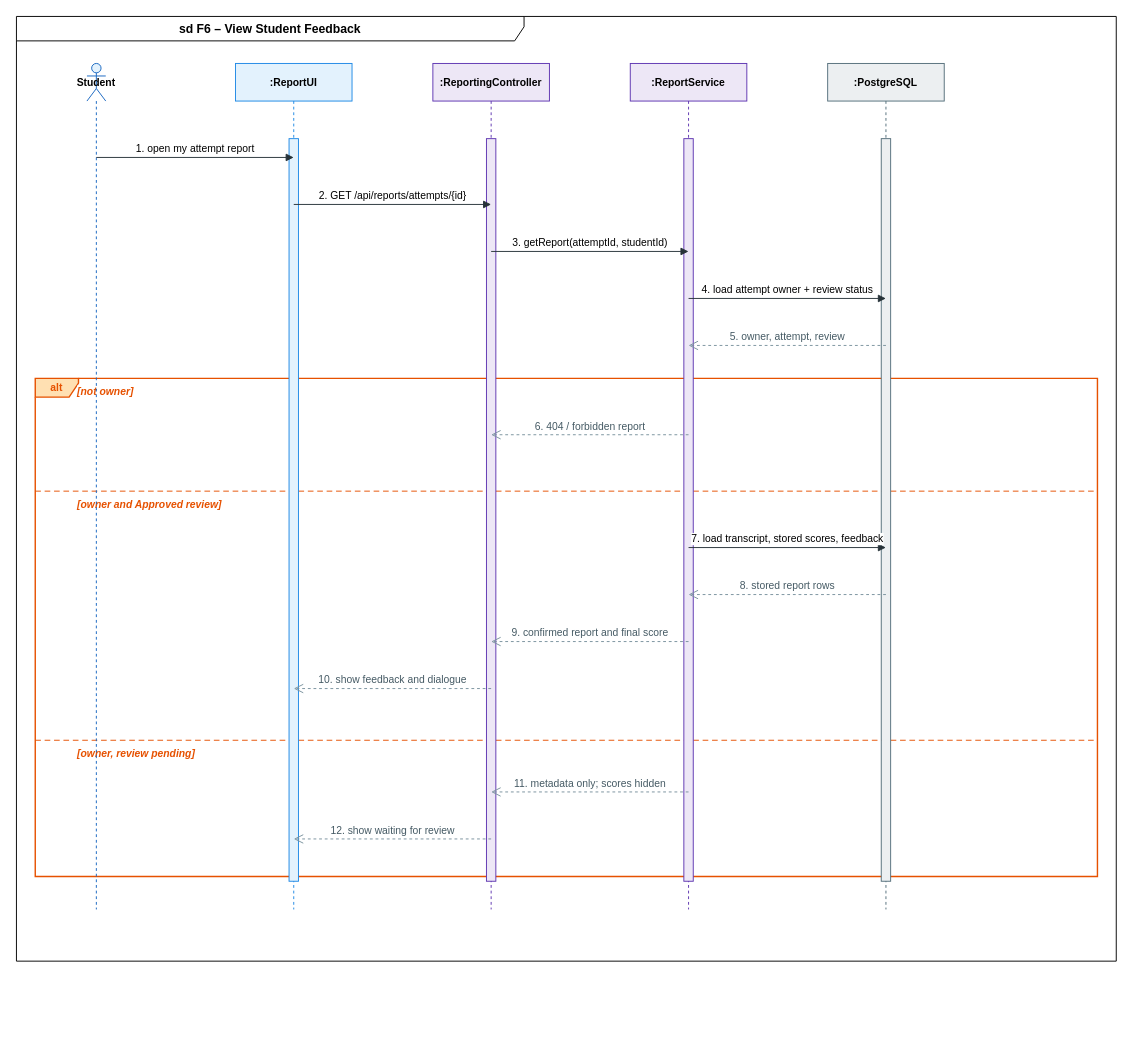
Above: docs/SequenceDiagram-F6-Feedback-Reporting.drawio in SWD392-LAB/ai-oral-exam-api (draw.io), before the change. Source tidied: cells renumbered, new cells numbered last; positions are measured from the earlier drawing's top-left corner, leaving out a move shared by most shapes. Both pictures are drawn from the tidied source at 94%, with x=0, y=0 at pixel (16, 16).
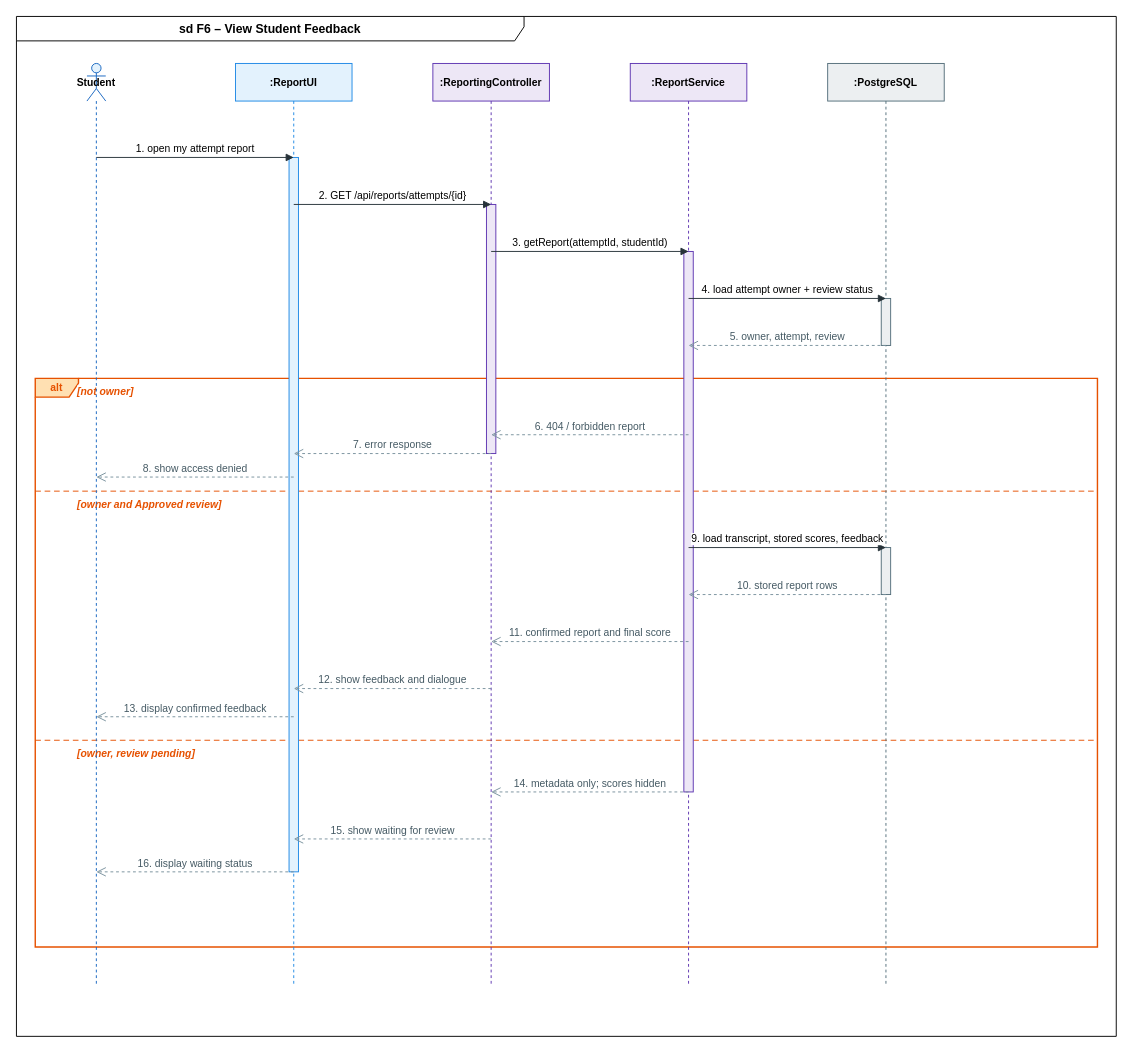
The same page after the edit.

Commit message (it also covers changes not shown here):
docs: refine F1/F3 plans and sequence diagrams from review

The edit, as a diff of the source:
```diff
@@
     <mxCell id="2" value="sd F6 – View Student Feedback" style="shape=umlFrame;whiteSpace=wrap;html=1;width=540;height=26;fontStyle=1;fillColor=none;strokeColor=#000000;fontSize=13;" parent="1" vertex="1">
-      <mxGeometry width="1170" height="1005" as="geometry" />
+      <mxGeometry width="1170" height="1085" as="geometry" />
     </mxCell>
     <mxCell id="3" value="alt" style="shape=umlFrame;whiteSpace=wrap;html=1;width=46;height=20;fontStyle=1;fillColor=#FFE0B2;swimlaneFillColor=none;strokeColor=#E65100;fontColor=#E65100;strokeWidth=1.5;fontSize=11;fontFamily=Helvetica;" parent="1" vertex="1">
-      <mxGeometry x="20" y="385" width="1130" height="530" as="geometry" />
+      <mxGeometry x="20" y="385" width="1130" height="605" as="geometry" />
     </mxCell>
@@
     <mxCell id="9" value="Student" style="shape=umlLifeline;participant=umlActor;perimeter=lifelinePerimeter;whiteSpace=wrap;html=1;size=40;fillColor=#E3F2FD;strokeColor=#1565C0;fontStyle=1;fontSize=11;fontFamily=Helvetica;" parent="1" vertex="1">
-      <mxGeometry x="75" y="50" width="20" height="900" as="geometry" />
+      <mxGeometry x="75" y="50" width="20" height="980" as="geometry" />
     </mxCell>
     <mxCell id="10" value=":ReportUI" style="shape=umlLifeline;perimeter=lifelinePerimeter;whiteSpace=wrap;html=1;size=40;fillColor=#E3F2FD;strokeColor=#1E88E5;fontStyle=1;fontSize=11;fontFamily=Helvetica;" parent="1" vertex="1">
-      <mxGeometry x="233" y="50" width="124" height="900" as="geometry" />
+      <mxGeometry x="233" y="50" width="124" height="980" as="geometry" />
     </mxCell>
-    <mxCell id="11" style="html=1;fillColor=#E3F2FD;strokeColor=#1E88E5;" parent="1" vertex="1">
-      <mxGeometry x="290" y="130" width="10" height="790" as="geometry" />
-    </mxCell>
     <mxCell id="12" value=":ReportingController" style="shape=umlLifeline;perimeter=lifelinePerimeter;whiteSpace=wrap;html=1;size=40;fillColor=#EDE7F6;strokeColor=#5E35B1;fontStyle=1;fontSize=11;fontFamily=Helvetica;" parent="1" vertex="1">
-      <mxGeometry x="443" y="50" width="124" height="900" as="geometry" />
+      <mxGeometry x="443" y="50" width="124" height="980" as="geometry" />
     </mxCell>
-    <mxCell id="13" style="html=1;fillColor=#EDE7F6;strokeColor=#5E35B1;" parent="1" vertex="1">
-      <mxGeometry x="500" y="130" width="10" height="790" as="geometry" />
-    </mxCell>
     <mxCell id="14" value=":ReportService" style="shape=umlLifeline;perimeter=lifelinePerimeter;whiteSpace=wrap;html=1;size=40;fillColor=#EDE7F6;strokeColor=#5E35B1;fontStyle=1;fontSize=11;fontFamily=Helvetica;" parent="1" vertex="1">
-      <mxGeometry x="653" y="50" width="124" height="900" as="geometry" />
+      <mxGeometry x="653" y="50" width="124" height="980" as="geometry" />
     </mxCell>
-    <mxCell id="15" style="html=1;fillColor=#EDE7F6;strokeColor=#5E35B1;" parent="1" vertex="1">
-      <mxGeometry x="710" y="130" width="10" height="790" as="geometry" />
-    </mxCell>
     <mxCell id="16" value=":PostgreSQL" style="shape=umlLifeline;perimeter=lifelinePerimeter;whiteSpace=wrap;html=1;size=40;fillColor=#ECEFF1;strokeColor=#546E7A;fontStyle=1;fontSize=11;fontFamily=Helvetica;" parent="1" vertex="1">
-      <mxGeometry x="863" y="50" width="124" height="900" as="geometry" />
+      <mxGeometry x="863" y="50" width="124" height="980" as="geometry" />
     </mxCell>
-    <mxCell id="17" style="html=1;fillColor=#ECEFF1;strokeColor=#546E7A;" parent="1" vertex="1">
-      <mxGeometry x="920" y="130" width="10" height="790" as="geometry" />
-    </mxCell>
+    <mxCell id="30" style="html=1;fillColor=#E3F2FD;strokeColor=#1E88E5;" parent="1" vertex="1">
+      <mxGeometry x="290" y="150" width="10" height="760" as="geometry" />
+    </mxCell>
+    <mxCell id="31" style="html=1;fillColor=#EDE7F6;strokeColor=#5E35B1;" parent="1" vertex="1">
+      <mxGeometry x="500" y="200" width="10" height="265" as="geometry" />
+    </mxCell>
+    <mxCell id="32" style="html=1;fillColor=#EDE7F6;strokeColor=#5E35B1;" parent="1" vertex="1">
+      <mxGeometry x="710" y="250" width="10" height="575" as="geometry" />
+    </mxCell>
+    <mxCell id="33" style="html=1;fillColor=#ECEFF1;strokeColor=#546E7A;" parent="1" vertex="1">
+      <mxGeometry x="920" y="300" width="10" height="50" as="geometry" />
+    </mxCell>
+    <mxCell id="34" style="html=1;fillColor=#ECEFF1;strokeColor=#546E7A;" parent="1" vertex="1">
+      <mxGeometry x="920" y="565" width="10" height="50" as="geometry" />
+    </mxCell>
@@
-    <mxCell id="24" value="7. load transcript, stored scores, feedback" style="html=1;verticalAlign=bottom;labelBackgroundColor=#FFFFFF;endArrow=block;endFill=1;strokeColor=#263238;fontSize=11;fontFamily=Helvetica;" parent="1" edge="1">
+    <mxCell id="24" value="9. load transcript, stored scores, feedback" style="html=1;verticalAlign=bottom;labelBackgroundColor=#FFFFFF;endArrow=block;endFill=1;strokeColor=#263238;fontSize=11;fontFamily=Helvetica;" parent="1" edge="1">
       <mxGeometry relative="1" as="geometry">
         <mxPoint x="715" y="565" as="sourcePoint" />
         <mxPoint x="925" y="565" as="targetPoint" />
       </mxGeometry>
     </mxCell>
-    <mxCell id="25" value="8. stored report rows" style="html=1;verticalAlign=bottom;labelBackgroundColor=#FFFFFF;endArrow=open;endSize=8;dashed=1;strokeColor=#78909C;fontColor=#455A64;fontSize=11;fontFamily=Helvetica;" parent="1" edge="1">
+    <mxCell id="25" value="10. stored report rows" style="html=1;verticalAlign=bottom;labelBackgroundColor=#FFFFFF;endArrow=open;endSize=8;dashed=1;strokeColor=#78909C;fontColor=#455A64;fontSize=11;fontFamily=Helvetica;" parent="1" edge="1">
       <mxGeometry relative="1" as="geometry">
         <mxPoint x="925" y="615" as="sourcePoint" />
         <mxPoint x="715" y="615" as="targetPoint" />
       </mxGeometry>
     </mxCell>
-    <mxCell id="26" value="9. confirmed report and final score" style="html=1;verticalAlign=bottom;labelBackgroundColor=#FFFFFF;endArrow=open;endSize=8;dashed=1;strokeColor=#78909C;fontColor=#455A64;fontSize=11;fontFamily=Helvetica;" parent="1" edge="1">
+    <mxCell id="26" value="11. confirmed report and final score" style="html=1;verticalAlign=bottom;labelBackgroundColor=#FFFFFF;endArrow=open;endSize=8;dashed=1;strokeColor=#78909C;fontColor=#455A64;fontSize=11;fontFamily=Helvetica;" parent="1" edge="1">
       <mxGeometry relative="1" as="geometry">
         <mxPoint x="715" y="665" as="sourcePoint" />
         <mxPoint x="505" y="665" as="targetPoint" />
       </mxGeometry>
     </mxCell>
-    <mxCell id="27" value="10. show feedback and dialogue" style="html=1;verticalAlign=bottom;labelBackgroundColor=#FFFFFF;endArrow=open;endSize=8;dashed=1;strokeColor=#78909C;fontColor=#455A64;fontSize=11;fontFamily=Helvetica;" parent="1" edge="1">
+    <mxCell id="27" value="12. show feedback and dialogue" style="html=1;verticalAlign=bottom;labelBackgroundColor=#FFFFFF;endArrow=open;endSize=8;dashed=1;strokeColor=#78909C;fontColor=#455A64;fontSize=11;fontFamily=Helvetica;" parent="1" edge="1">
       <mxGeometry relative="1" as="geometry">
         <mxPoint x="505" y="715" as="sourcePoint" />
         <mxPoint x="295" y="715" as="targetPoint" />
       </mxGeometry>
     </mxCell>
-    <mxCell id="28" value="11. metadata only; scores hidden" style="html=1;verticalAlign=bottom;labelBackgroundColor=#FFFFFF;endArrow=open;endSize=8;dashed=1;strokeColor=#78909C;fontColor=#455A64;fontSize=11;fontFamily=Helvetica;" parent="1" edge="1">
+    <mxCell id="28" value="14. metadata only; scores hidden" style="html=1;verticalAlign=bottom;labelBackgroundColor=#FFFFFF;endArrow=open;endSize=8;dashed=1;strokeColor=#78909C;fontColor=#455A64;fontSize=11;fontFamily=Helvetica;" parent="1" edge="1">
       <mxGeometry relative="1" as="geometry">
         <mxPoint x="715" y="825" as="sourcePoint" />
         <mxPoint x="505" y="825" as="targetPoint" />
       </mxGeometry>
     </mxCell>
-    <mxCell id="29" value="12. show waiting for review" style="html=1;verticalAlign=bottom;labelBackgroundColor=#FFFFFF;endArrow=open;endSize=8;dashed=1;strokeColor=#78909C;fontColor=#455A64;fontSize=11;fontFamily=Helvetica;" parent="1" edge="1">
+    <mxCell id="29" value="15. show waiting for review" style="html=1;verticalAlign=bottom;labelBackgroundColor=#FFFFFF;endArrow=open;endSize=8;dashed=1;strokeColor=#78909C;fontColor=#455A64;fontSize=11;fontFamily=Helvetica;" parent="1" edge="1">
       <mxGeometry relative="1" as="geometry">
         <mxPoint x="505" y="875" as="sourcePoint" />
         <mxPoint x="295" y="875" as="targetPoint" />
       </mxGeometry>
     </mxCell>
+    <mxCell id="35" value="7. error response" style="html=1;verticalAlign=bottom;labelBackgroundColor=#FFFFFF;endArrow=open;endSize=8;dashed=1;strokeColor=#78909C;fontColor=#455A64;fontSize=11;fontFamily=Helvetica;" parent="1" edge="1">
+      <mxGeometry relative="1" as="geometry">
+        <mxPoint x="505" y="465" as="sourcePoint" />
+        <mxPoint x="295" y="465" as="targetPoint" />
+      </mxGeometry>
+    </mxCell>
+    <mxCell id="36" value="8. show access denied" style="html=1;verticalAlign=bottom;labelBackgroundColor=#FFFFFF;endArrow=open;endSize=8;dashed=1;strokeColor=#78909C;fontColor=#455A64;fontSize=11;fontFamily=Helvetica;" parent="1" edge="1">
+      <mxGeometry relative="1" as="geometry">
+        <mxPoint x="295" y="490" as="sourcePoint" />
+        <mxPoint x="85" y="490" as="targetPoint" />
+      </mxGeometry>
+    </mxCell>
+    <mxCell id="37" value="13. display confirmed feedback" style="html=1;verticalAlign=bottom;labelBackgroundColor=#FFFFFF;endArrow=open;endSize=8;dashed=1;strokeColor=#78909C;fontColor=#455A64;fontSize=11;fontFamily=Helvetica;" parent="1" edge="1">
+      <mxGeometry relative="1" as="geometry">
+        <mxPoint x="295" y="745" as="sourcePoint" />
+        <mxPoint x="85" y="745" as="targetPoint" />
+      </mxGeometry>
+    </mxCell>
+    <mxCell id="38" value="16. display waiting status" style="html=1;verticalAlign=bottom;labelBackgroundColor=#FFFFFF;endArrow=open;endSize=8;dashed=1;strokeColor=#78909C;fontColor=#455A64;fontSize=11;fontFamily=Helvetica;" parent="1" edge="1">
+      <mxGeometry relative="1" as="geometry">
+        <mxPoint x="295" y="910" as="sourcePoint" />
+        <mxPoint x="85" y="910" as="targetPoint" />
+      </mxGeometry>
+    </mxCell>
```
